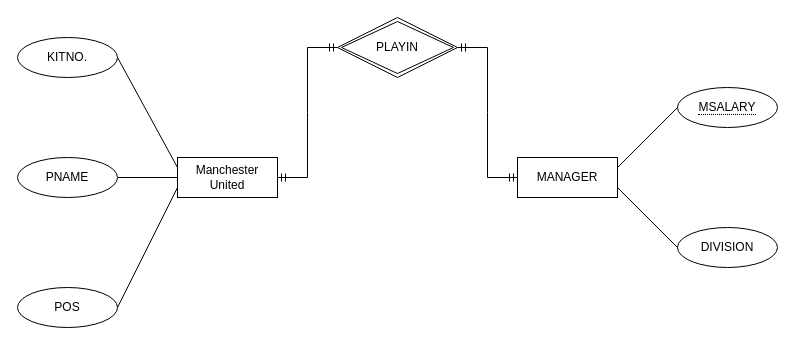
This is Untitled Diagram.drawio from vishesh71/dbms-lab, a draw.io file, before an edit. Source tidied: cells renumbered, new cells numbered last; positions are measured from the earlier drawing's top-left corner, leaving out a move shared by most shapes. Both pictures are drawn from the tidied source at 100%, with x=0, y=0 at pixel (17, 17).
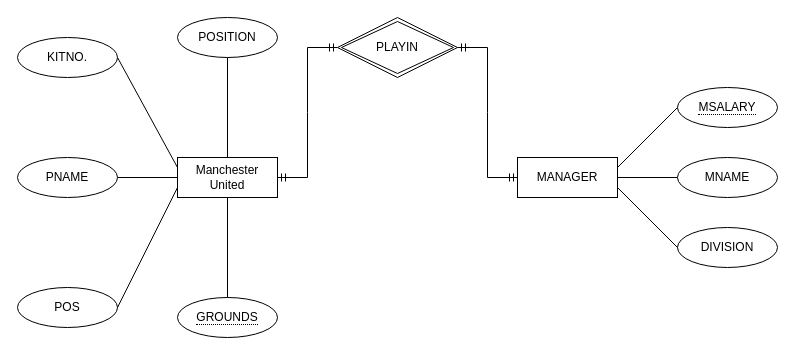
Above is the later version.

The change refers to these unchanged cells:
```xml
<mxCell id="2" value="Manchester United" style="whiteSpace=wrap;html=1;align=center;" parent="1" vertex="1">
  <mxGeometry x="160" y="140" width="100" height="40" as="geometry" />
</mxCell>
<mxCell id="12" value="MANAGER" style="whiteSpace=wrap;html=1;align=center;" parent="1" vertex="1">
  <mxGeometry x="500" y="140" width="100" height="40" as="geometry" />
</mxCell>
```

The edit, as a diff of the source:
```diff
@@
+    <mxCell id="17" value="&lt;span style=&quot;border-bottom: 1px dotted&quot;&gt;GROUNDS&lt;/span&gt;" style="ellipse;whiteSpace=wrap;html=1;align=center;" parent="1" vertex="1">
+      <mxGeometry x="160" y="280" width="100" height="40" as="geometry" />
+    </mxCell>
+    <mxCell id="18" style="endArrow=none;html=1;rounded=0;entryX=0.5;entryY=0;entryDx=0;entryDy=0;" parent="1" edge="1" target="17">
+      <mxGeometry relative="1" as="geometry">
+        <mxPoint x="210" y="180" as="sourcePoint" />
+      </mxGeometry>
+    </mxCell>
+    <mxCell id="19" value="POSITION" style="ellipse;whiteSpace=wrap;html=1;align=center;" parent="1" vertex="1">
+      <mxGeometry x="160" width="100" height="40" as="geometry" />
+    </mxCell>
+    <mxCell id="20" style="endArrow=none;html=1;rounded=0;exitX=0.5;exitY=1;exitDx=0;exitDy=0;entryX=0.5;entryY=0;entryDx=0;entryDy=0;" parent="1" edge="1" source="19" target="2">
+      <mxGeometry relative="1" as="geometry" />
+    </mxCell>
+    <mxCell id="21" value="MNAME" style="ellipse;whiteSpace=wrap;html=1;align=center;" parent="1" vertex="1">
+      <mxGeometry x="660" y="140" width="100" height="40" as="geometry" />
+    </mxCell>
+    <mxCell id="22" style="endArrow=none;html=1;rounded=0;exitX=1;exitY=0.5;exitDx=0;exitDy=0;entryX=0;entryY=0.5;entryDx=0;entryDy=0;" parent="1" edge="1" source="12" target="21">
+      <mxGeometry relative="1" as="geometry" />
+    </mxCell>
```
